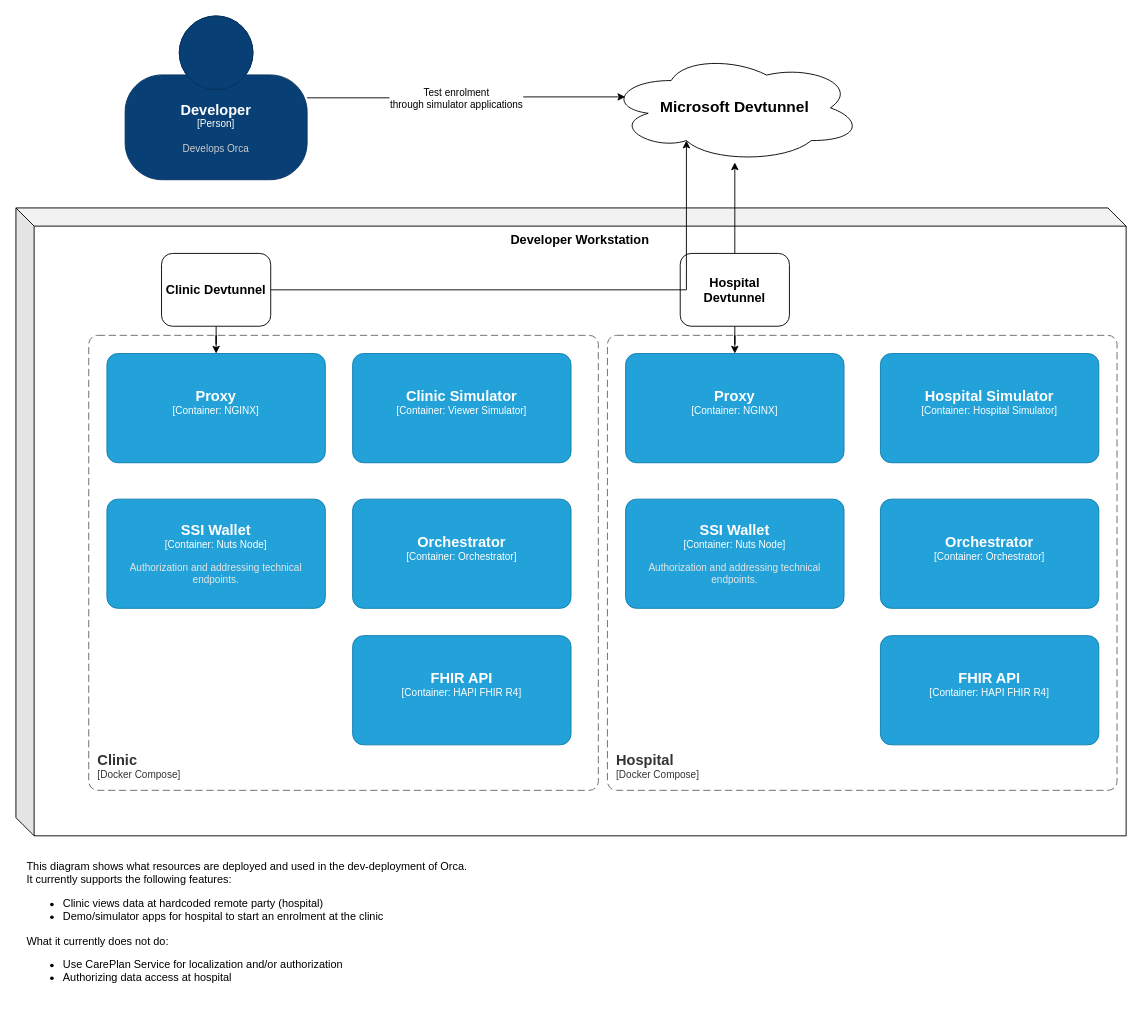
Earlier version of the draw.io diagram deployments/dev/description.drawio (SanteonNL/orca). Source tidied: cells renumbered, new cells numbered last; positions are measured from the earlier drawing's top-left corner, leaving out a move shared by most shapes. Both pictures are drawn from the tidied source at 91%, with x=0, y=0 at pixel (15, 15).
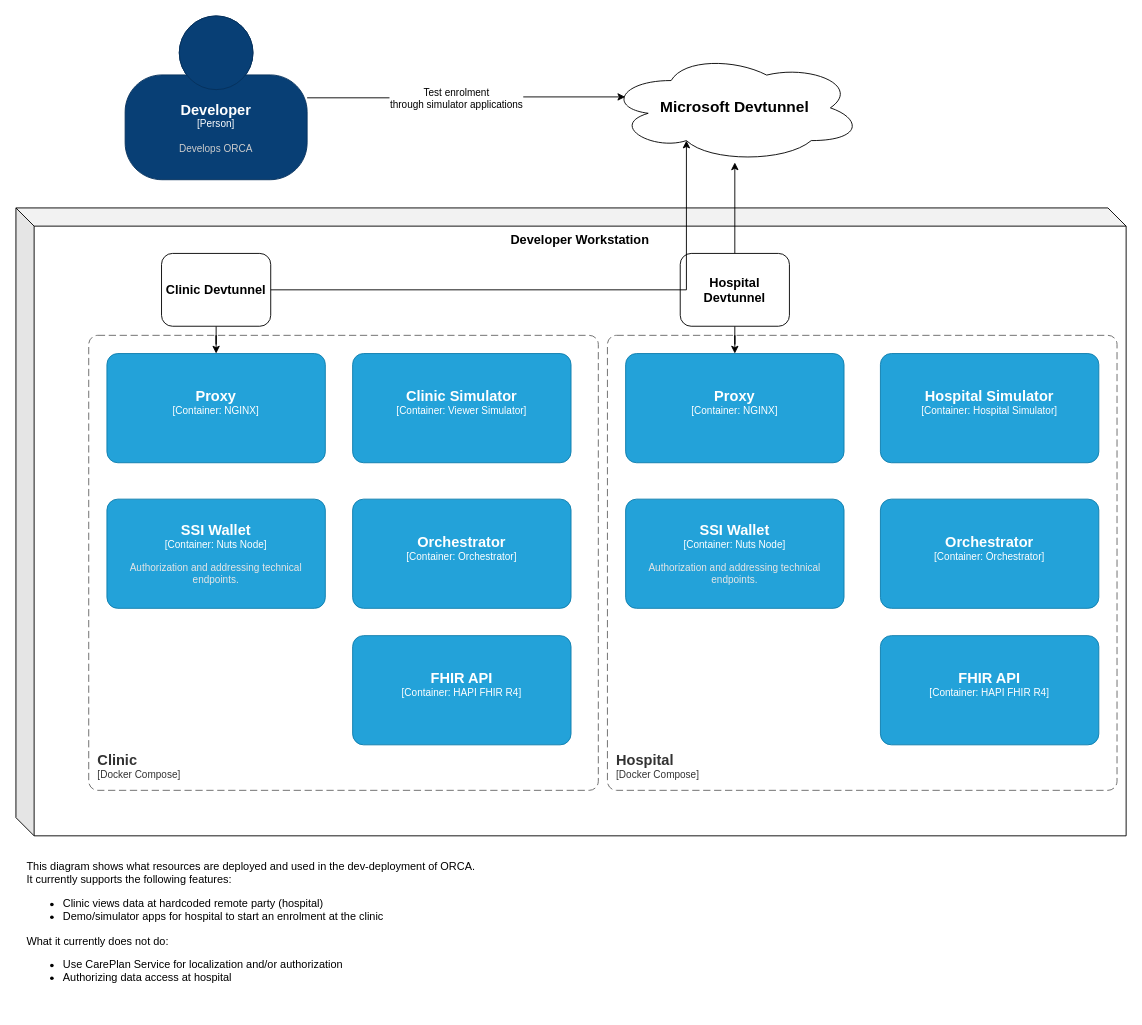
The same page after the edit.

Diff of the diagram source:
```diff
@@
-    <object id="15" label="&lt;font style=&quot;font-size: 16px&quot;&gt;&lt;b&gt;%c4Name%&lt;/b&gt;&lt;/font&gt;&lt;div&gt;[%c4Type%]&lt;/div&gt;&lt;br&gt;&lt;div&gt;&lt;font style=&quot;font-size: 11px&quot;&gt;&lt;font color=&quot;#cccccc&quot;&gt;%c4Description%&lt;/font&gt;&lt;/div&gt;" c4Description="Develops Orca" c4Name="Developer" c4Type="Person" placeholders="1">
+    <object id="15" label="&lt;font style=&quot;font-size: 16px&quot;&gt;&lt;b&gt;%c4Name%&lt;/b&gt;&lt;/font&gt;&lt;div&gt;[%c4Type%]&lt;/div&gt;&lt;br&gt;&lt;div&gt;&lt;font style=&quot;font-size: 11px&quot;&gt;&lt;font color=&quot;#cccccc&quot;&gt;%c4Description%&lt;/font&gt;&lt;/div&gt;" c4Description="Develops ORCA" c4Name="Developer" c4Type="Person" placeholders="1">
       <mxCell style="html=1;fontSize=11;dashed=0;whiteSpace=wrap;fillColor=#083F75;strokeColor=#06315C;fontColor=#ffffff;shape=mxgraph.c4.person2;align=center;points=[[0.5,0,0],[1,0.5,0],[1,0.75,0],[0.75,1,0],[0.5,1,0],[0.25,1,0],[0,0.75,0],[0,0.5,0]];" parent="1" vertex="1">
         <mxGeometry x="120" width="200" height="180" as="geometry" />
       </mxCell>
     </object>
-    <mxCell id="16" value="This diagram shows what resources are deployed and used in the dev-deployment of Orca.&lt;div&gt;It currently supports the following features:&lt;/div&gt;&lt;div&gt;&lt;ul&gt;&lt;li&gt;Clinic views data at hardcoded remote party (hospital)&lt;/li&gt;&lt;li&gt;Demo/simulator apps for hospital to start an enrolment at the clinic&lt;/li&gt;&lt;/ul&gt;&lt;div&gt;What it currently does not do:&lt;/div&gt;&lt;/div&gt;&lt;div&gt;&lt;ul&gt;&lt;li&gt;Use CarePlan Service for localization and/or authorization&lt;/li&gt;&lt;li&gt;Authorizing data access at hospital&lt;/li&gt;&lt;/ul&gt;&lt;/div&gt;" style="text;html=1;align=left;verticalAlign=top;whiteSpace=wrap;rounded=0;" parent="1" vertex="1">
+    <mxCell id="16" value="This diagram shows what resources are deployed and used in the dev-deployment of ORCA.&lt;div&gt;It currently supports the following features:&lt;/div&gt;&lt;div&gt;&lt;ul&gt;&lt;li&gt;Clinic views data at hardcoded remote party (hospital)&lt;/li&gt;&lt;li&gt;Demo/simulator apps for hospital to start an enrolment at the clinic&lt;/li&gt;&lt;/ul&gt;&lt;div&gt;What it currently does not do:&lt;/div&gt;&lt;/div&gt;&lt;div&gt;&lt;ul&gt;&lt;li&gt;Use CarePlan Service for localization and/or authorization&lt;/li&gt;&lt;li&gt;Authorizing data access at hospital&lt;/li&gt;&lt;/ul&gt;&lt;/div&gt;" style="text;html=1;align=left;verticalAlign=top;whiteSpace=wrap;rounded=0;" parent="1" vertex="1">
       <mxGeometry x="10" y="921" width="520" height="170" as="geometry" />
     </mxCell>
```
